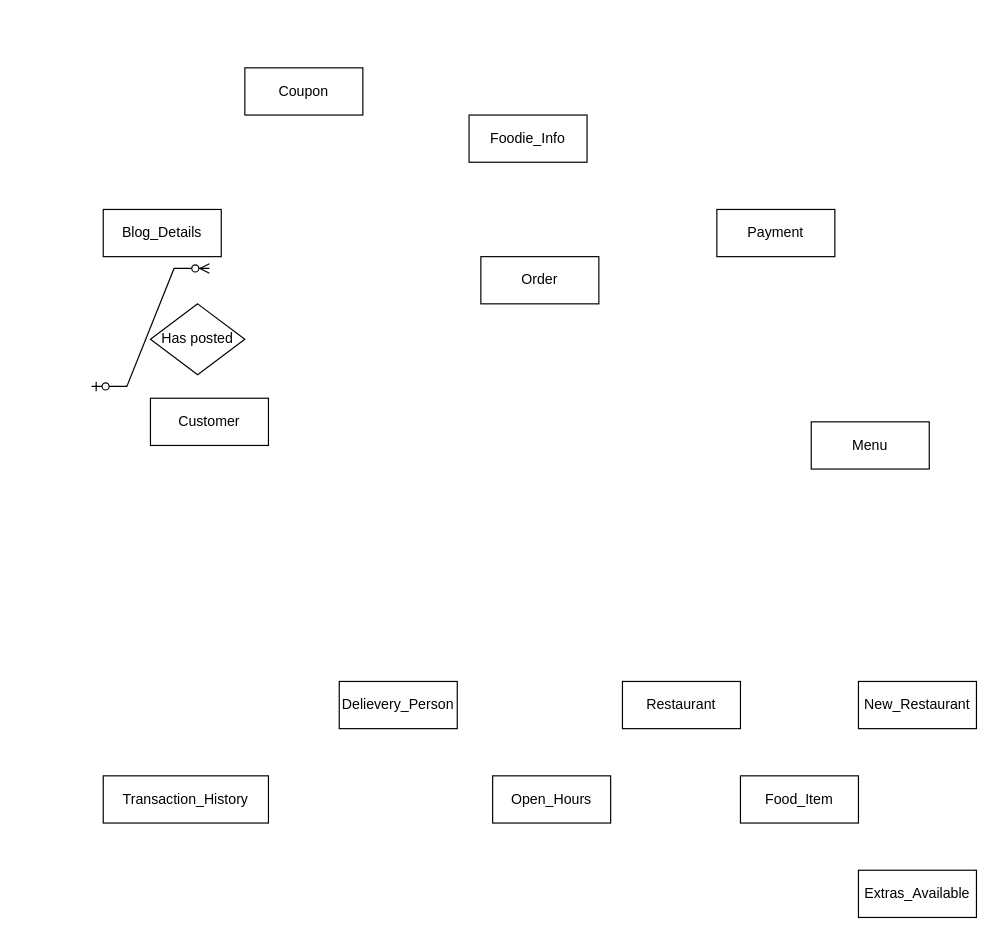
Before: Assignment1A.drawio in ritu456286/DBMS, a draw.io diagram. Source tidied: cells renumbered, new cells numbered last; positions are measured from the earlier drawing's top-left corner, leaving out a move shared by most shapes. Both pictures are drawn from the tidied source at 118%, with x=0, y=0 at pixel (91, 67).
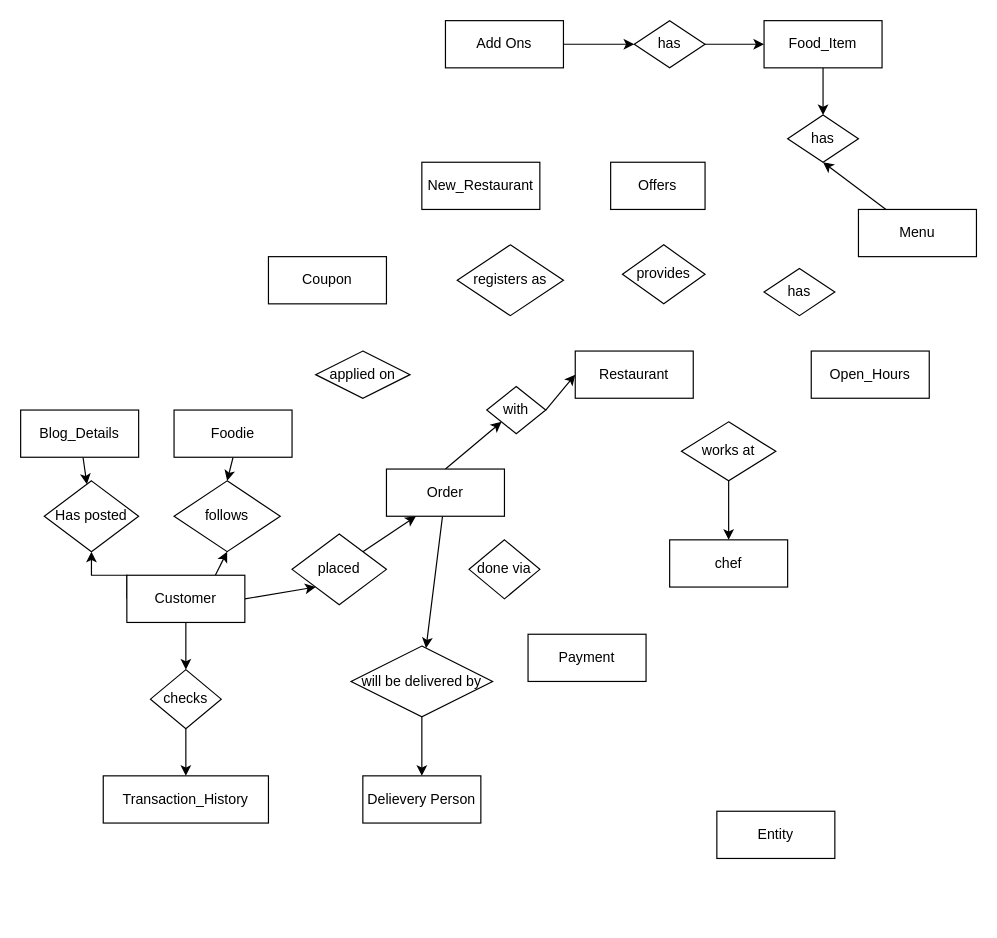
After the change.

Unchanged cells that the change refers to:
```xml
<mxCell id="5" value="Transaction_History" style="whiteSpace=wrap;html=1;align=center;" parent="1" vertex="1">
  <mxGeometry x="10" y="600" width="140" height="40" as="geometry" />
</mxCell>
```

Diff of the diagram source:
```diff
@@
+    <mxCell id="19" style="edgeStyle=elbowEdgeStyle;rounded=0;jettySize=auto;elbow=vertical;html=1;exitX=0;exitY=0.5;exitDx=0;exitDy=0;" parent="1" edge="1" source="2" target="17">
+      <mxGeometry relative="1" as="geometry" />
+    </mxCell>
+    <mxCell id="20" style="rounded=0;jettySize=auto;elbow=vertical;html=1;exitX=0.75;exitY=0;exitDx=0;exitDy=0;entryX=0.5;entryY=1;entryDx=0;entryDy=0;" parent="1" edge="1" source="2" target="30">
+      <mxGeometry relative="1" as="geometry" />
+    </mxCell>
+    <mxCell id="21" style="rounded=0;jettySize=auto;html=1;exitX=1;exitY=0.5;exitDx=0;exitDy=0;entryX=0;entryY=1;entryDx=0;entryDy=0;" parent="1" edge="1" source="2" target="32">
+      <mxGeometry relative="1" as="geometry" />
+    </mxCell>
+    <mxCell id="22" style="rounded=0;jettySize=auto;elbow=vertical;html=1;entryX=0.5;entryY=0;entryDx=0;entryDy=0;" parent="1" edge="1" source="2" target="40">
+      <mxGeometry relative="1" as="geometry" />
+    </mxCell>
     <mxCell id="2" value="Customer" style="whiteSpace=wrap;html=1;align=center;" parent="1" vertex="1">
-      <mxGeometry x="50" y="280" width="100" height="40" as="geometry" />
+      <mxGeometry x="30" y="430" width="100" height="40" as="geometry" />
     </mxCell>
+    <mxCell id="23" style="rounded=0;jettySize=auto;elbow=vertical;html=1;exitX=0.5;exitY=1;exitDx=0;exitDy=0;entryX=0.5;entryY=0;entryDx=0;entryDy=0;" parent="1" edge="1" source="3" target="30">
+      <mxGeometry relative="1" as="geometry" />
+    </mxCell>
-    <mxCell id="3" value="Foodie_Info" style="whiteSpace=wrap;html=1;align=center;" parent="1" vertex="1">
-      <mxGeometry x="320" y="40" width="100" height="40" as="geometry" />
+    <mxCell id="3" value="Foodie" style="whiteSpace=wrap;html=1;align=center;" parent="1" vertex="1">
+      <mxGeometry x="70" y="290" width="100" height="40" as="geometry" />
     </mxCell>
-    <mxCell id="4" value="Delievery_Person&lt;br&gt;" style="whiteSpace=wrap;html=1;align=center;" parent="1" vertex="1">
-      <mxGeometry x="210" y="520" width="100" height="40" as="geometry" />
+    <mxCell id="4" value="Delievery Person" style="whiteSpace=wrap;html=1;align=center;" parent="1" vertex="1">
+      <mxGeometry x="230" y="600" width="100" height="40" as="geometry" />
     </mxCell>
@@
+    <mxCell id="24" style="rounded=0;jettySize=auto;elbow=vertical;html=1;" parent="1" edge="1" source="6" target="17">
+      <mxGeometry relative="1" as="geometry" />
+    </mxCell>
     <mxCell id="6" value="Blog_Details" style="whiteSpace=wrap;html=1;align=center;" parent="1" vertex="1">
-      <mxGeometry x="10" y="120" width="100" height="40" as="geometry" />
+      <mxGeometry x="-60" y="290" width="100" height="40" as="geometry" />
     </mxCell>
+    <mxCell id="25" style="rounded=0;jettySize=auto;html=1;exitX=0.5;exitY=0;exitDx=0;exitDy=0;entryX=0;entryY=1;entryDx=0;entryDy=0;" parent="1" edge="1" source="7" target="35">
+      <mxGeometry relative="1" as="geometry" />
+    </mxCell>
+    <mxCell id="26" style="rounded=0;jettySize=auto;elbow=vertical;html=1;" parent="1" edge="1" source="7" target="38">
+      <mxGeometry relative="1" as="geometry" />
+    </mxCell>
     <mxCell id="7" value="Order" style="whiteSpace=wrap;html=1;align=center;" parent="1" vertex="1">
-      <mxGeometry x="330" y="160" width="100" height="40" as="geometry" />
+      <mxGeometry x="250" y="340" width="100" height="40" as="geometry" />
     </mxCell>
     <mxCell id="8" value="Restaurant" style="whiteSpace=wrap;html=1;align=center;" parent="1" vertex="1">
-      <mxGeometry x="450" y="520" width="100" height="40" as="geometry" />
+      <mxGeometry x="410" y="240" width="100" height="40" as="geometry" />
     </mxCell>
+    <mxCell id="27" style="rounded=0;jettySize=auto;elbow=vertical;html=1;entryX=0.5;entryY=1;entryDx=0;entryDy=0;" parent="1" edge="1" source="9" target="41">
+      <mxGeometry relative="1" as="geometry" />
+    </mxCell>
     <mxCell id="9" value="Menu" style="whiteSpace=wrap;html=1;align=center;" parent="1" vertex="1">
-      <mxGeometry x="610" y="300" width="100" height="40" as="geometry" />
+      <mxGeometry x="650" y="120" width="100" height="40" as="geometry" />
     </mxCell>
+    <mxCell id="28" style="rounded=0;jettySize=auto;elbow=vertical;html=1;entryX=0.5;entryY=0;entryDx=0;entryDy=0;" parent="1" edge="1" source="10" target="41">
+      <mxGeometry relative="1" as="geometry" />
+    </mxCell>
     <mxCell id="10" value="Food_Item" style="whiteSpace=wrap;html=1;align=center;" parent="1" vertex="1">
-      <mxGeometry x="550" y="600" width="100" height="40" as="geometry" />
+      <mxGeometry x="570" y="-40" width="100" height="40" as="geometry" />
     </mxCell>
+    <mxCell id="29" style="edgeStyle=elbowEdgeStyle;rounded=0;jettySize=auto;elbow=vertical;html=1;" parent="1" edge="1" source="11" target="44">
+      <mxGeometry relative="1" as="geometry" />
+    </mxCell>
-    <mxCell id="11" value="Extras_Available" style="whiteSpace=wrap;html=1;align=center;" parent="1" vertex="1">
-      <mxGeometry x="650" y="680" width="100" height="40" as="geometry" />
+    <mxCell id="11" value="Add Ons" style="whiteSpace=wrap;html=1;align=center;" parent="1" vertex="1">
+      <mxGeometry x="300" y="-40" width="100" height="40" as="geometry" />
     </mxCell>
     <mxCell id="12" value="Open_Hours" style="whiteSpace=wrap;html=1;align=center;" parent="1" vertex="1">
-      <mxGeometry x="340" y="600" width="100" height="40" as="geometry" />
+      <mxGeometry x="610" y="240" width="100" height="40" as="geometry" />
     </mxCell>
     <mxCell id="13" value="New_Restaurant" style="whiteSpace=wrap;html=1;align=center;" parent="1" vertex="1">
-      <mxGeometry x="650" y="520" width="100" height="40" as="geometry" />
+      <mxGeometry x="280" y="80" width="100" height="40" as="geometry" />
     </mxCell>
     <mxCell id="14" value="Coupon" style="whiteSpace=wrap;html=1;align=center;" parent="1" vertex="1">
-      <mxGeometry x="130" width="100" height="40" as="geometry" />
+      <mxGeometry x="150" y="160" width="100" height="40" as="geometry" />
     </mxCell>
     <mxCell id="15" value="Payment" style="whiteSpace=wrap;html=1;align=center;" parent="1" vertex="1">
-      <mxGeometry x="530" y="120" width="100" height="40" as="geometry" />
+      <mxGeometry x="370" y="480" width="100" height="40" as="geometry" />
     </mxCell>
@@
     <mxCell id="17" value="Has posted" style="shape=rhombus;perimeter=rhombusPerimeter;whiteSpace=wrap;html=1;align=center;" parent="1" vertex="1">
-      <mxGeometry x="50" y="200" width="80" height="60" as="geometry" />
+      <mxGeometry x="-40" y="350" width="80" height="60" as="geometry" />
     </mxCell>
-    <mxCell id="18" style="edgeStyle=entityRelationEdgeStyle;fontSize=12;html=1;endArrow=ERzeroToMany;startArrow=ERzeroToOne;rounded=0;" parent="1" edge="1">
-      <mxGeometry relative="1" as="geometry">
-        <mxPoint y="270" as="sourcePoint" />
-        <mxPoint x="100" y="170" as="targetPoint" />
-        <Array as="points">
-          <mxPoint x="50" y="220" />
-          <mxPoint x="100" y="230" />
-        </Array>
-      </mxGeometry>
-    </mxCell>
+    <mxCell id="30" value="follows" style="shape=rhombus;perimeter=rhombusPerimeter;whiteSpace=wrap;html=1;align=center;" parent="1" vertex="1">
+      <mxGeometry x="70" y="350" width="90" height="60" as="geometry" />
+    </mxCell>
+    <mxCell id="31" style="rounded=0;jettySize=auto;elbow=vertical;html=1;exitX=1;exitY=0;exitDx=0;exitDy=0;entryX=0.25;entryY=1;entryDx=0;entryDy=0;" parent="1" edge="1" source="32" target="7">
+      <mxGeometry relative="1" as="geometry" />
+    </mxCell>
+    <mxCell id="32" value="placed" style="shape=rhombus;perimeter=rhombusPerimeter;whiteSpace=wrap;html=1;align=center;" parent="1" vertex="1">
+      <mxGeometry x="170" y="395" width="80" height="60" as="geometry" />
+    </mxCell>
+    <mxCell id="33" value="done via" style="shape=rhombus;perimeter=rhombusPerimeter;whiteSpace=wrap;html=1;align=center;" parent="1" vertex="1">
+      <mxGeometry x="320" y="400" width="60" height="50" as="geometry" />
+    </mxCell>
+    <mxCell id="34" style="rounded=0;jettySize=auto;html=1;exitX=1;exitY=0.5;exitDx=0;exitDy=0;entryX=0;entryY=0.5;entryDx=0;entryDy=0;" parent="1" edge="1" source="35" target="8">
+      <mxGeometry relative="1" as="geometry" />
+    </mxCell>
+    <mxCell id="35" value="with" style="shape=rhombus;perimeter=rhombusPerimeter;whiteSpace=wrap;html=1;align=center;" parent="1" vertex="1">
+      <mxGeometry x="335" y="270" width="50" height="40" as="geometry" />
+    </mxCell>
+    <mxCell id="36" value="has" style="shape=rhombus;perimeter=rhombusPerimeter;whiteSpace=wrap;html=1;align=center;" parent="1" vertex="1">
+      <mxGeometry x="570" y="170" width="60" height="40" as="geometry" />
+    </mxCell>
+    <mxCell id="37" style="edgeStyle=elbowEdgeStyle;rounded=0;jettySize=auto;elbow=vertical;html=1;" parent="1" edge="1" source="38" target="4">
+      <mxGeometry relative="1" as="geometry" />
+    </mxCell>
+    <mxCell id="38" value="will be delivered by" style="shape=rhombus;perimeter=rhombusPerimeter;whiteSpace=wrap;html=1;align=center;" parent="1" vertex="1">
+      <mxGeometry x="220" y="490" width="120" height="60" as="geometry" />
+    </mxCell>
+    <mxCell id="39" style="edgeStyle=elbowEdgeStyle;rounded=0;jettySize=auto;elbow=vertical;html=1;" parent="1" edge="1" source="40" target="5">
+      <mxGeometry relative="1" as="geometry" />
+    </mxCell>
+    <mxCell id="40" value="checks" style="shape=rhombus;perimeter=rhombusPerimeter;whiteSpace=wrap;html=1;align=center;" parent="1" vertex="1">
+      <mxGeometry x="50" y="510" width="60" height="50" as="geometry" />
+    </mxCell>
+    <mxCell id="41" value="has" style="shape=rhombus;perimeter=rhombusPerimeter;whiteSpace=wrap;html=1;align=center;" parent="1" vertex="1">
+      <mxGeometry x="590" y="40" width="60" height="40" as="geometry" />
+    </mxCell>
+    <mxCell id="42" value="Offers" style="whiteSpace=wrap;html=1;align=center;" parent="1" vertex="1">
+      <mxGeometry x="440" y="80" width="80" height="40" as="geometry" />
+    </mxCell>
+    <mxCell id="43" style="edgeStyle=elbowEdgeStyle;rounded=0;jettySize=auto;elbow=vertical;html=1;" parent="1" edge="1" source="44" target="10">
+      <mxGeometry relative="1" as="geometry" />
+    </mxCell>
+    <mxCell id="44" value="has" style="shape=rhombus;perimeter=rhombusPerimeter;whiteSpace=wrap;html=1;align=center;" parent="1" vertex="1">
+      <mxGeometry x="460" y="-40" width="60" height="40" as="geometry" />
+    </mxCell>
+    <mxCell id="45" value="applied on" style="shape=rhombus;perimeter=rhombusPerimeter;whiteSpace=wrap;html=1;align=center;" parent="1" vertex="1">
+      <mxGeometry x="190" y="240" width="80" height="40" as="geometry" />
+    </mxCell>
+    <mxCell id="46" value="registers as" style="shape=rhombus;perimeter=rhombusPerimeter;whiteSpace=wrap;html=1;align=center;" parent="1" vertex="1">
+      <mxGeometry x="310" y="150" width="90" height="60" as="geometry" />
+    </mxCell>
+    <mxCell id="47" value="chef" style="whiteSpace=wrap;html=1;align=center;" parent="1" vertex="1">
+      <mxGeometry x="490" y="400" width="100" height="40" as="geometry" />
+    </mxCell>
+    <mxCell id="48" style="edgeStyle=elbowEdgeStyle;rounded=0;jettySize=auto;elbow=vertical;html=1;" parent="1" edge="1" source="49" target="47">
+      <mxGeometry relative="1" as="geometry" />
+    </mxCell>
+    <mxCell id="49" value="works at" style="shape=rhombus;perimeter=rhombusPerimeter;whiteSpace=wrap;html=1;align=center;" parent="1" vertex="1">
+      <mxGeometry x="500" y="300" width="80" height="50" as="geometry" />
+    </mxCell>
+    <mxCell id="50" value="provides" style="shape=rhombus;perimeter=rhombusPerimeter;whiteSpace=wrap;html=1;align=center;" parent="1" vertex="1">
+      <mxGeometry x="450" y="150" width="70" height="50" as="geometry" />
+    </mxCell>
+    <mxCell id="51" value="Entity" style="whiteSpace=wrap;html=1;align=center;" parent="1" vertex="1">
+      <mxGeometry x="530" y="630" width="100" height="40" as="geometry" />
+    </mxCell>
```
